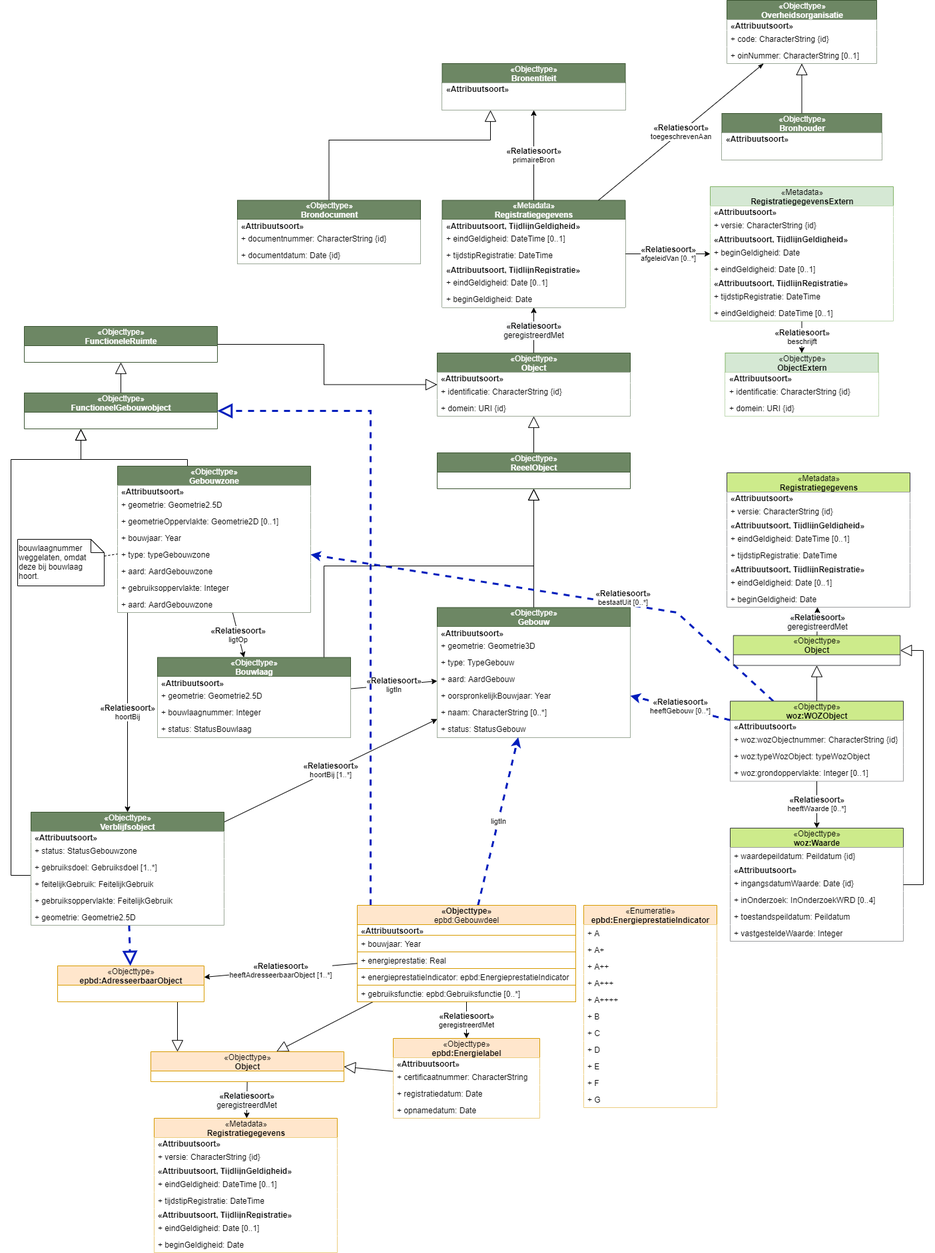
Above: media/imsor-gebouw-sector.drawio.png in Geonovum/disgeo-demo-3a (draw.io), before the change. Source tidied: cells renumbered, new cells last; positions are measured from the earlier drawing's top-left corner, leaving out a move shared by most shapes.
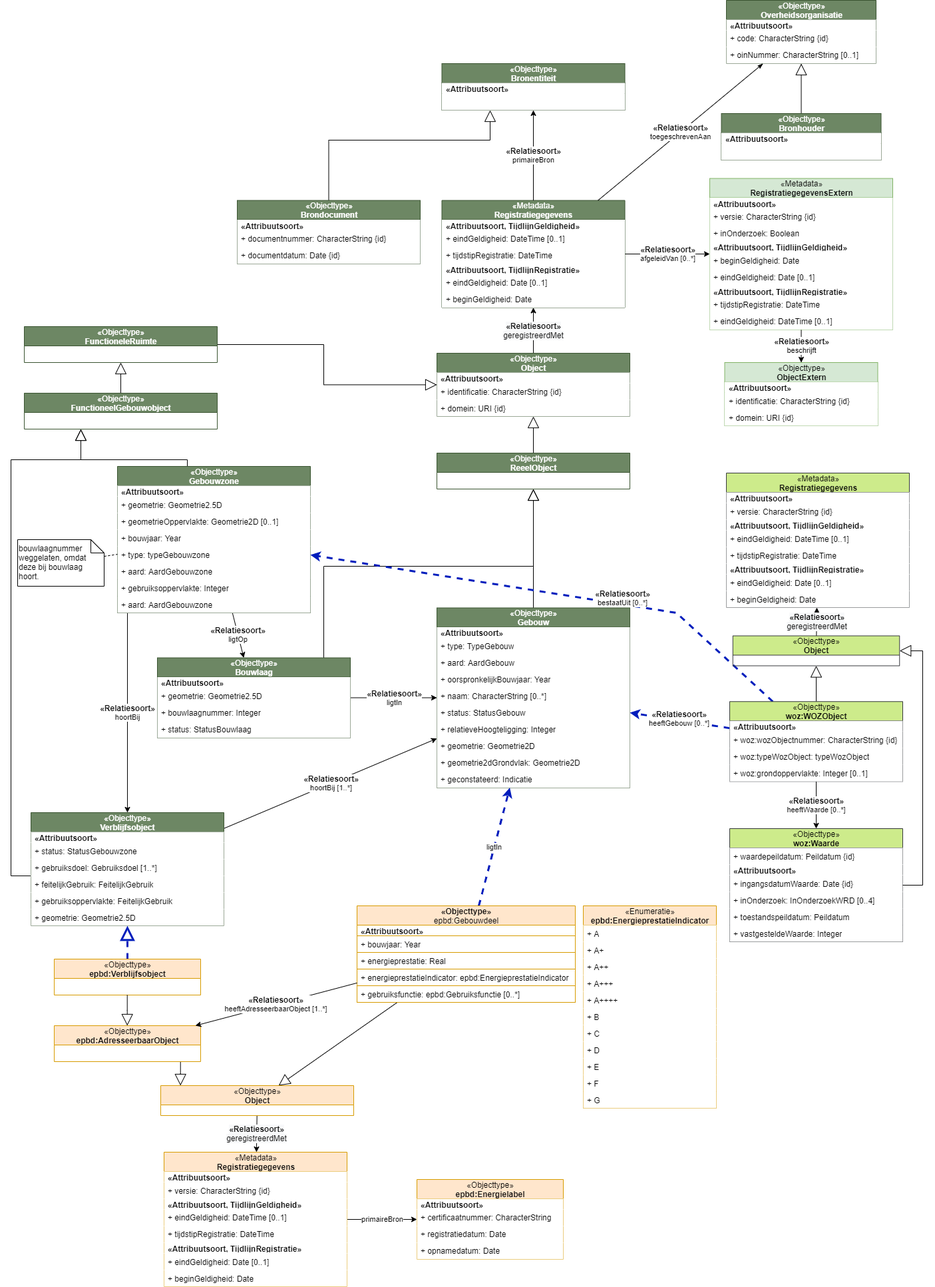
After the change.

The edit, as a diff of the source:
```diff
@@ -45,7 +45,7 @@
       <mxGeometry relative="1" as="geometry" />
     </mxCell>
     <mxCell id="16" value="&lt;span style=&quot;font-weight: 400&quot;&gt;«Metadata»&lt;/span&gt;&lt;br style=&quot;font-weight: 400&quot;&gt;RegistratiegegevensExtern" style="swimlane;fontStyle=1;align=center;verticalAlign=middle;horizontal=1;startSize=29;html=1;fillColor=#d5e8d4;strokeColor=#82b366;" parent="1" vertex="1">
-      <mxGeometry x="1050" y="453" width="275" height="202" as="geometry" />
+      <mxGeometry x="1050" y="440.5" width="275" height="227" as="geometry" />
     </mxCell>
     <mxCell id="17" value="&lt;span style=&quot;text-align: center&quot;&gt;&lt;b&gt;«Attribuutsoort»&lt;/b&gt;&lt;/span&gt;" style="text;html=1;align=left;verticalAlign=middle;spacingLeft=4;spacingRight=4;overflow=hidden;fillColor=#ffffff;" parent="16" vertex="1">
       <mxGeometry y="29" width="275" height="16" as="geometry" />
@@ -53,26 +53,29 @@
     <mxCell id="18" value="+ versie: CharacterString {id}" style="text;html=1;align=left;verticalAlign=middle;spacingLeft=4;spacingRight=4;overflow=hidden;fillColor=#ffffff;" parent="16" vertex="1">
       <mxGeometry y="45" width="275" height="25" as="geometry" />
     </mxCell>
+    <mxCell id="163" value="+ inOnderzoek: Boolean" style="text;html=1;align=left;verticalAlign=middle;spacingLeft=4;spacingRight=4;overflow=hidden;fillColor=#ffffff;" parent="16" vertex="1">
+      <mxGeometry y="70" width="275" height="25" as="geometry" />
+    </mxCell>
     <mxCell id="19" value="&lt;span style=&quot;text-align: center&quot;&gt;&lt;b&gt;«Attribuutsoort, TijdlijnGeldigheid»&lt;/b&gt;&lt;/span&gt;" style="text;html=1;align=left;verticalAlign=middle;spacingLeft=4;spacingRight=4;overflow=hidden;fillColor=#ffffff;" parent="16" vertex="1">
-      <mxGeometry y="70" width="275" height="16" as="geometry" />
+      <mxGeometry y="95" width="275" height="16" as="geometry" />
     </mxCell>
     <mxCell id="20" value="+ beginGeldigheid: Date" style="text;html=1;align=left;verticalAlign=middle;spacingLeft=4;spacingRight=4;overflow=hidden;fillColor=#ffffff;" parent="16" vertex="1">
-      <mxGeometry y="86" width="275" height="25" as="geometry" />
+      <mxGeometry y="111" width="275" height="25" as="geometry" />
     </mxCell>
     <mxCell id="21" value="+ eindGeldigheid: Date [0..1]" style="text;html=1;align=left;verticalAlign=middle;spacingLeft=4;spacingRight=4;overflow=hidden;fillColor=#ffffff;" parent="16" vertex="1">
-      <mxGeometry y="111" width="275" height="25" as="geometry" />
+      <mxGeometry y="136" width="275" height="25" as="geometry" />
     </mxCell>
     <mxCell id="22" value="&lt;span style=&quot;text-align: center&quot;&gt;&lt;b&gt;«Attribuutsoort, TijdlijnRegistratie»&lt;/b&gt;&lt;/span&gt;" style="text;html=1;align=left;verticalAlign=middle;spacingLeft=4;spacingRight=4;overflow=hidden;fillColor=#ffffff;" parent="16" vertex="1">
-      <mxGeometry y="136" width="275" height="16" as="geometry" />
+      <mxGeometry y="161" width="275" height="16" as="geometry" />
     </mxCell>
     <mxCell id="23" value="+ tijdstipRegistratie: DateTime" style="text;html=1;align=left;verticalAlign=middle;spacingLeft=4;spacingRight=4;overflow=hidden;fillColor=#ffffff;" parent="16" vertex="1">
-      <mxGeometry y="152" width="275" height="25" as="geometry" />
+      <mxGeometry y="177" width="275" height="25" as="geometry" />
     </mxCell>
     <mxCell id="24" value="+ eindGeldigheid: DateTime [0..1]" style="text;html=1;align=left;verticalAlign=middle;spacingLeft=4;spacingRight=4;overflow=hidden;fillColor=#ffffff;" parent="16" vertex="1">
-      <mxGeometry y="177" width="275" height="25" as="geometry" />
+      <mxGeometry y="202" width="275" height="25" as="geometry" />
     </mxCell>
     <mxCell id="25" value="&lt;span style=&quot;font-weight: 400&quot;&gt;«Objecttype»&lt;/span&gt;&lt;br style=&quot;font-weight: 400&quot;&gt;ObjectExtern" style="swimlane;fontStyle=1;align=center;verticalAlign=middle;horizontal=1;startSize=29;html=1;fillColor=#d5e8d4;strokeColor=#82b366;" parent="1" vertex="1">
-      <mxGeometry x="1072.5" y="703" width="230" height="95" as="geometry" />
+      <mxGeometry x="1072.5" y="717" width="230" height="95" as="geometry" />
     </mxCell>
     <mxCell id="26" value="&lt;span style=&quot;text-align: center&quot;&gt;&lt;b&gt;«Attribuutsoort»&lt;/b&gt;&lt;/span&gt;" style="text;html=1;align=left;verticalAlign=middle;spacingLeft=4;spacingRight=4;overflow=hidden;fillColor=#ffffff;" parent="25" vertex="1">
       <mxGeometry y="29" width="230" height="16" as="geometry" />
@@ -87,29 +90,38 @@
       <mxGeometry relative="1" as="geometry" />
     </mxCell>
     <mxCell id="30" value="&lt;span style=&quot;font-weight: 400&quot;&gt;«Objecttype»&lt;/span&gt;&lt;br style=&quot;font-weight: 400&quot;&gt;Gebouw" style="swimlane;fontStyle=1;align=center;verticalAlign=middle;horizontal=1;startSize=29;html=1;fillColor=#6d8764;strokeColor=#3A5431;fontColor=#ffffff;" parent="1" vertex="1">
-      <mxGeometry x="640" y="1085.5" width="290" height="195" as="geometry" />
+      <mxGeometry x="640" y="1085.5" width="290" height="270" as="geometry" />
     </mxCell>
     <mxCell id="31" value="&lt;span style=&quot;text-align: center&quot;&gt;&lt;b&gt;«Attribuutsoort»&lt;/b&gt;&lt;/span&gt;" style="text;html=1;align=left;verticalAlign=middle;spacingLeft=4;spacingRight=4;overflow=hidden;fillColor=#ffffff;" parent="30" vertex="1">
       <mxGeometry y="29" width="290" height="16" as="geometry" />
     </mxCell>
-    <mxCell id="32" value="+ geometrie: Geometrie3D" style="text;html=1;align=left;verticalAlign=middle;spacingLeft=4;spacingRight=4;overflow=hidden;fillColor=#ffffff;" parent="30" vertex="1">
-      <mxGeometry y="45" width="290" height="25" as="geometry" />
-    </mxCell>
     <mxCell id="33" value="+ type: TypeGebouw" style="text;html=1;align=left;verticalAlign=middle;spacingLeft=4;spacingRight=4;overflow=hidden;fillColor=#ffffff;" parent="30" vertex="1">
-      <mxGeometry y="70" width="290" height="25" as="geometry" />
+      <mxGeometry y="45" width="290" height="25" as="geometry" />
     </mxCell>
     <mxCell id="34" value="+ aard: AardGebouw" style="text;html=1;align=left;verticalAlign=middle;spacingLeft=4;spacingRight=4;overflow=hidden;fillColor=#ffffff;" parent="30" vertex="1">
-      <mxGeometry y="95" width="290" height="25" as="geometry" />
+      <mxGeometry y="70" width="290" height="25" as="geometry" />
     </mxCell>
     <mxCell id="35" value="+ oorspronkelijkBouwjaar: Year" style="text;html=1;align=left;verticalAlign=middle;spacingLeft=4;spacingRight=4;overflow=hidden;fillColor=#ffffff;" parent="30" vertex="1">
-      <mxGeometry y="120" width="290" height="25" as="geometry" />
+      <mxGeometry y="95" width="290" height="25" as="geometry" />
     </mxCell>
     <mxCell id="36" value="+ naam: CharacterString [0..*]" style="text;html=1;align=left;verticalAlign=middle;spacingLeft=4;spacingRight=4;overflow=hidden;fillColor=#ffffff;" parent="30" vertex="1">
-      <mxGeometry y="145" width="290" height="25" as="geometry" />
+      <mxGeometry y="120" width="290" height="25" as="geometry" />
     </mxCell>
     <mxCell id="37" value="+ status: StatusGebouw" style="text;html=1;align=left;verticalAlign=middle;spacingLeft=4;spacingRight=4;overflow=hidden;fillColor=#ffffff;" parent="30" vertex="1">
-      <mxGeometry y="170" width="290" height="25" as="geometry" />
+      <mxGeometry y="145" width="290" height="25" as="geometry" />
     </mxCell>
+    <mxCell id="164" value="+ relatieveHoogteligging: Integer" style="text;html=1;align=left;verticalAlign=middle;spacingLeft=4;spacingRight=4;overflow=hidden;fillColor=#ffffff;" parent="30" vertex="1">
+      <mxGeometry y="170" width="290" height="25" as="geometry" />
+    </mxCell>
+    <mxCell id="165" value="+ geometrie: Geometrie2D" style="text;html=1;align=left;verticalAlign=middle;spacingLeft=4;spacingRight=4;overflow=hidden;fillColor=#ffffff;" parent="30" vertex="1">
+      <mxGeometry y="195" width="290" height="25" as="geometry" />
+    </mxCell>
+    <mxCell id="166" value="+ geometrie2dGrondvlak: Geometrie2D" style="text;html=1;align=left;verticalAlign=middle;spacingLeft=4;spacingRight=4;overflow=hidden;fillColor=#ffffff;" parent="30" vertex="1">
+      <mxGeometry y="220" width="290" height="25" as="geometry" />
+    </mxCell>
+    <mxCell id="167" value="+ geconstateerd: Indicatie" style="text;html=1;align=left;verticalAlign=middle;spacingLeft=4;spacingRight=4;overflow=hidden;fillColor=#ffffff;" parent="30" vertex="1">
+      <mxGeometry y="245" width="290" height="25" as="geometry" />
+    </mxCell>
     <mxCell id="38" value="&lt;b style=&quot;font-size: 12px&quot;&gt;«Relatiesoort»&lt;br&gt;&lt;/b&gt;primaireBron" style="edgeStyle=orthogonalEdgeStyle;rounded=0;jettySize=auto;html=1;" parent="1" edge="1" source="8" target="39">
       <mxGeometry relative="1" as="geometry" />
     </mxCell>
@@ -256,7 +268,7 @@
     <mxCell id="77" value="&lt;b style=&quot;font-size: 12px&quot;&gt;«Relatiesoort»&lt;br&gt;&lt;/b&gt;hoortBij [1..*]" style="rounded=0;jettySize=auto;html=1;endArrow=classic;endFill=1;endSize=6;" parent="1" edge="1" source="79" target="30">
       <mxGeometry relative="1" as="geometry" />
     </mxCell>
-    <mxCell id="78" style="edgeStyle=none;rounded=0;jettySize=auto;html=1;dashed=1;endArrow=block;endFill=0;endSize=15;strokeWidth=3;fillColor=#0050ef;strokeColor=#001DBC;" parent="1" edge="1" source="79" target="103">
+    <mxCell id="78" style="edgeStyle=none;rounded=0;jettySize=auto;html=1;dashed=1;endArrow=block;endFill=0;endSize=15;strokeWidth=3;fillColor=#0050ef;strokeColor=#001DBC;" parent="1" edge="1" source="169" target="79">
       <mxGeometry relative="1" as="geometry" />
     </mxCell>
     <mxCell id="79" value="&lt;span style=&quot;font-weight: 400&quot;&gt;«Objecttype»&lt;/span&gt;&lt;br style=&quot;font-weight: 400&quot;&gt;Verblijfsobject" style="swimlane;fontStyle=1;align=center;verticalAlign=middle;horizontal=1;startSize=29;html=1;fillColor=#6d8764;strokeColor=#3A5431;fontColor=#ffffff;" parent="1" vertex="1">
@@ -307,13 +319,6 @@
     <mxCell id="94" style="rounded=0;jettySize=auto;html=1;endArrow=block;endFill=0;endSize=15;" parent="1" edge="1" source="96" target="153">
       <mxGeometry relative="1" as="geometry" />
     </mxCell>
-    <mxCell id="95" style="edgeStyle=elbowEdgeStyle;rounded=0;jettySize=auto;html=1;dashed=1;endArrow=block;endFill=0;endSize=15;strokeWidth=3;fillColor=#0050ef;strokeColor=#001DBC;" parent="1" edge="1" source="96" target="87">
-      <mxGeometry relative="1" as="geometry">
-        <Array as="points">
-          <mxPoint x="540" y="1193" />
-        </Array>
-      </mxGeometry>
-    </mxCell>
     <mxCell id="96" value="«Objecttype»&lt;br&gt;&lt;span style=&quot;font-weight: 400&quot;&gt;epbd:Gebouwdeel&lt;/span&gt;" style="swimlane;fontStyle=1;align=center;verticalAlign=middle;horizontal=1;startSize=29;html=1;fillColor=#ffe6cc;strokeColor=#d79b00;" parent="1" vertex="1">
       <mxGeometry x="520" y="1533" width="328" height="145" as="geometry" />
     </mxCell>
@@ -336,19 +341,13 @@
       <mxGeometry relative="1" as="geometry" />
     </mxCell>
     <mxCell id="103" value="&lt;span style=&quot;font-weight: 400&quot;&gt;«Objecttype»&lt;/span&gt;&lt;br&gt;epbd:AdresseerbaarObject" style="swimlane;fontStyle=1;align=center;verticalAlign=middle;horizontal=1;startSize=29;html=1;fillColor=#ffe6cc;strokeColor=#d79b00;" parent="1" vertex="1">
-      <mxGeometry x="70" y="1624" width="220" height="54" as="geometry" />
+      <mxGeometry x="65" y="1713" width="220" height="54" as="geometry" />
     </mxCell>
     <mxCell id="104" value="&lt;b style=&quot;font-size: 12px&quot;&gt;«Relatiesoort»&lt;br&gt;&lt;/b&gt;heeftAdresseerbaarObject [1..*]" style="rounded=0;jettySize=auto;html=1;" parent="1" edge="1" source="96" target="103">
       <mxGeometry relative="1" as="geometry" />
     </mxCell>
-    <mxCell id="105" value="&lt;b style=&quot;font-size: 12px&quot;&gt;«Relatiesoort»&lt;br&gt;&lt;/b&gt;geregistreerdMet" style="edgeStyle=none;rounded=0;jettySize=auto;html=1;endArrow=classic;endFill=1;" parent="1" edge="1" source="96" target="107">
-      <mxGeometry relative="1" as="geometry" />
-    </mxCell>
-    <mxCell id="106" style="edgeStyle=none;rounded=0;jettySize=auto;html=1;entryX=1;entryY=0.5;entryDx=0;entryDy=0;endArrow=block;endFill=0;endSize=15;" parent="1" edge="1" source="107" target="153">
-      <mxGeometry relative="1" as="geometry" />
-    </mxCell>
     <mxCell id="107" value="&lt;span style=&quot;font-weight: 400&quot;&gt;«Objecttype»&lt;/span&gt;&lt;br&gt;epbd:Energielabel" style="swimlane;fontStyle=1;align=center;verticalAlign=middle;horizontal=1;startSize=29;html=1;fillColor=#ffe6cc;strokeColor=#d79b00;" parent="1" vertex="1">
-      <mxGeometry x="574" y="1733" width="220" height="120" as="geometry" />
+      <mxGeometry x="610" y="1944" width="220" height="120" as="geometry" />
     </mxCell>
     <mxCell id="108" value="&lt;span style=&quot;text-align: center&quot;&gt;&lt;b&gt;«Attribuutsoort»&lt;/b&gt;&lt;/span&gt;" style="text;html=1;align=left;verticalAlign=middle;spacingLeft=4;spacingRight=4;overflow=hidden;fillColor=#ffffff;" parent="107" vertex="1">
       <mxGeometry y="29" width="220" height="16" as="geometry" />
@@ -494,10 +493,13 @@
       <mxGeometry relative="1" as="geometry" />
     </mxCell>
     <mxCell id="153" value="&lt;span style=&quot;font-weight: 400&quot;&gt;«Objecttype»&lt;/span&gt;&lt;br style=&quot;font-weight: 400&quot;&gt;Object" style="swimlane;fontStyle=1;align=center;verticalAlign=middle;horizontal=1;startSize=29;html=1;fillColor=#ffe6cc;strokeColor=#d79b00;" parent="1" vertex="1">
-      <mxGeometry x="210" y="1753" width="290" height="45" as="geometry" />
+      <mxGeometry x="225" y="1803" width="290" height="45" as="geometry" />
     </mxCell>
+    <mxCell id="168" value="primaireBron" style="edgeStyle=orthogonalEdgeStyle;rounded=0;jettySize=auto;html=1;endArrow=classic;endFill=1;" parent="1" edge="1" source="154" target="107">
+      <mxGeometry relative="1" as="geometry" />
+    </mxCell>
     <mxCell id="154" value="&lt;span style=&quot;font-weight: 400&quot;&gt;«Metadata»&lt;/span&gt;&lt;br style=&quot;font-weight: 400&quot;&gt;Registratiegegevens" style="swimlane;fontStyle=1;align=center;verticalAlign=middle;horizontal=1;startSize=29;html=1;fillColor=#ffe6cc;strokeColor=#d79b00;" parent="1" vertex="1">
-      <mxGeometry x="215" y="1853" width="275" height="202" as="geometry" />
+      <mxGeometry x="230" y="1903" width="275" height="202" as="geometry" />
     </mxCell>
     <mxCell id="155" value="&lt;span style=&quot;text-align: center&quot;&gt;&lt;b&gt;«Attribuutsoort»&lt;/b&gt;&lt;/span&gt;" style="text;html=1;align=left;verticalAlign=middle;spacingLeft=4;spacingRight=4;overflow=hidden;fillColor=#ffffff;" parent="154" vertex="1">
       <mxGeometry y="29" width="275" height="16" as="geometry" />
@@ -523,5 +525,11 @@
     <mxCell id="162" value="+ beginGeldigheid: Date" style="text;html=1;align=left;verticalAlign=middle;spacingLeft=4;spacingRight=4;overflow=hidden;fillColor=#ffffff;" parent="154" vertex="1">
       <mxGeometry y="177" width="275" height="25" as="geometry" />
     </mxCell>
+    <mxCell id="169" value="&lt;span style=&quot;font-weight: 400&quot;&gt;«Objecttype»&lt;/span&gt;&lt;br&gt;epbd:Verblijfsobject" style="swimlane;fontStyle=1;align=center;verticalAlign=middle;horizontal=1;startSize=29;html=1;fillColor=#ffe6cc;strokeColor=#d79b00;" parent="1" vertex="1">
+      <mxGeometry x="65" y="1613" width="220" height="54" as="geometry" />
+    </mxCell>
+    <mxCell id="170" style="edgeStyle=elbowEdgeStyle;rounded=0;jettySize=auto;html=1;endArrow=block;endFill=0;endSize=15;" parent="1" edge="1" source="169" target="103">
+      <mxGeometry relative="1" as="geometry" />
+    </mxCell>
   </root>
 </mxGraphModel>
```
